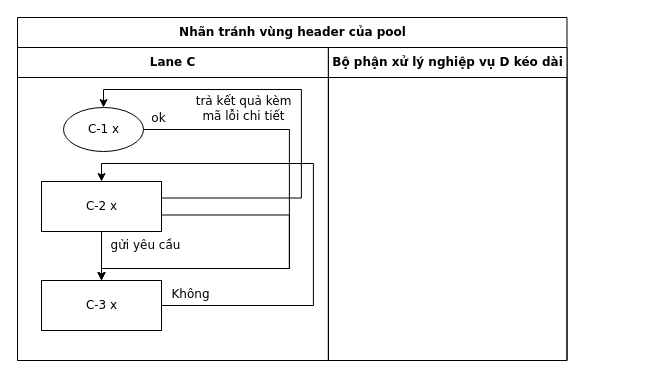
Before: conformance/golden/optimize/cases-57-label-header-box.drawio in luytbq/flowcast, a draw.io diagram. Source tidied: cells renumbered, new cells numbered last; positions are measured from the earlier drawing's top-left corner, leaving out a move shared by most shapes. Both pictures are drawn from the tidied source at 100%, with x=0, y=0 at pixel (17, 17).
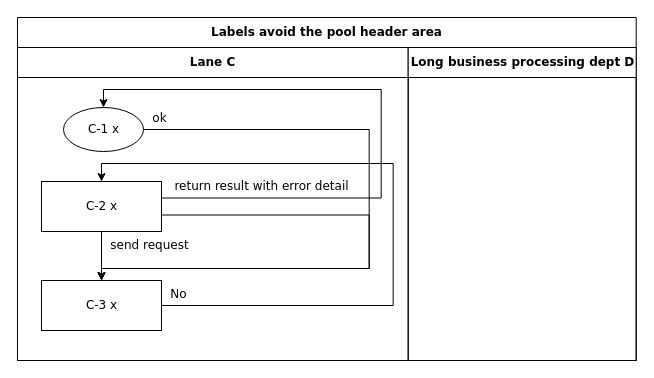
Above is the later version.

Unchanged cells that the change refers to:
```xml
<mxCell id="5" value="C-1 x" style="ellipse;html=1;fontFamily=Verdana;fontSize=12;flowtable=1;" parent="3" vertex="1">
  <mxGeometry x="46" y="60" width="80" height="44" as="geometry" />
</mxCell>
<mxCell id="6" value="C-2 x" style="rounded=0;html=1;fontFamily=Verdana;fontSize=12;flowtable=1;" parent="3" vertex="1">
  <mxGeometry x="24" y="134" width="120" height="50" as="geometry" />
</mxCell>
<mxCell id="7" value="C-3 x" style="rounded=0;html=1;fontFamily=Verdana;fontSize=12;flowtable=1;" parent="3" vertex="1">
  <mxGeometry x="24" y="233" width="120" height="50" as="geometry" />
</mxCell>
```

Diff of the diagram source:
```diff
@@
-    <mxCell id="2" value="Nhãn tránh vùng header của pool" style="swimlane;html=1;startSize=30;fontStyle=1;fontFamily=Verdana;fontSize=12;flowtable=1;" parent="1" vertex="1">
-      <mxGeometry width="549.5" height="343" as="geometry" />
+    <mxCell id="2" value="Labels avoid the pool header area" style="swimlane;html=1;startSize=30;fontStyle=1;fontFamily=Verdana;fontSize=12;flowtable=1;" parent="1" vertex="1">
+      <mxGeometry width="618.7" height="343" as="geometry" />
     </mxCell>
     <mxCell id="3" value="Lane C" style="swimlane;html=1;startSize=30;fontFamily=Verdana;fontSize=12;flowtable=1;" parent="2" vertex="1">
-      <mxGeometry y="30" width="310.9" height="313" as="geometry" />
+      <mxGeometry y="30" width="390.7" height="313" as="geometry" />
     </mxCell>
-    <mxCell id="4" value="Bộ phận xử lý nghiệp vụ D kéo dài" style="swimlane;html=1;startSize=30;fontFamily=Verdana;fontSize=12;flowtable=1;" parent="2" vertex="1">
-      <mxGeometry x="310.9" y="30" width="238.6" height="313" as="geometry" />
+    <mxCell id="4" value="Long business processing dept D" style="swimlane;html=1;startSize=30;fontFamily=Verdana;fontSize=12;flowtable=1;" parent="2" vertex="1">
+      <mxGeometry x="390.7" y="30" width="228" height="313" as="geometry" />
     </mxCell>
@@
     <mxCell id="8" value="ok" style="edgeStyle=orthogonalEdgeStyle;rounded=0;jettySize=auto;html=1;labelBackgroundColor=default;exitX=1;exitY=0.5;exitDx=0;exitDy=0;entryX=0.5;entryY=0;entryDx=0;entryDy=0;fontFamily=Verdana;fontSize=12;flowtable=1;" parent="2" edge="1" source="5" target="7">
-      <mxGeometry x="-0.94" relative="1" as="geometry">
+      <mxGeometry x="-0.95" relative="1" as="geometry">
         <Array as="points">
-          <mxPoint x="271.9" y="112" />
-          <mxPoint x="271.9" y="251" />
+          <mxPoint x="351.7" y="112" />
+          <mxPoint x="351.7" y="251" />
           <mxPoint x="84" y="251" />
         </Array>
         <mxPoint y="-11.5" as="offset" />
       </mxGeometry>
     </mxCell>
-    <mxCell id="9" value="gửi yêu cầu" style="edgeStyle=orthogonalEdgeStyle;rounded=0;jettySize=auto;html=1;labelBackgroundColor=default;exitX=0.5;exitY=1;exitDx=0;exitDy=0;entryX=0.5;entryY=0;entryDx=0;entryDy=0;fontFamily=Verdana;fontSize=12;flowtable=1;" parent="2" edge="1" source="6" target="7">
+    <mxCell id="9" value="send request" style="edgeStyle=orthogonalEdgeStyle;rounded=0;jettySize=auto;html=1;labelBackgroundColor=default;exitX=0.5;exitY=1;exitDx=0;exitDy=0;entryX=0.5;entryY=0;entryDx=0;entryDy=0;fontFamily=Verdana;fontSize=12;flowtable=1;" parent="2" edge="1" source="6" target="7">
       <mxGeometry x="-0.41" relative="1" as="geometry">
-        <mxPoint x="44" as="offset" />
+        <mxPoint x="48.1" as="offset" />
       </mxGeometry>
     </mxCell>
     <mxCell id="10" style="edgeStyle=orthogonalEdgeStyle;rounded=0;jettySize=auto;html=1;labelBackgroundColor=default;exitX=1;exitY=0.67;exitDx=0;exitDy=0;entryX=0.5;entryY=0;entryDx=0;entryDy=0;fontFamily=Verdana;fontSize=12;flowtable=1;" parent="2" edge="1" source="6" target="7">
       <mxGeometry relative="1" as="geometry">
         <Array as="points">
-          <mxPoint x="271.9" y="197.3" />
-          <mxPoint x="271.9" y="251" />
+          <mxPoint x="351.7" y="197.3" />
+          <mxPoint x="351.7" y="251" />
           <mxPoint x="84" y="251" />
         </Array>
       </mxGeometry>
     </mxCell>
-    <mxCell id="11" value="trả kết quả kèm&lt;br&gt;mã lỗi chi tiết" style="edgeStyle=orthogonalEdgeStyle;rounded=0;jettySize=auto;html=1;labelBackgroundColor=default;exitX=1;exitY=0.33;exitDx=0;exitDy=0;entryX=0.5;entryY=0;entryDx=0;entryDy=0;fontFamily=Verdana;fontSize=12;flowtable=1;" parent="2" edge="1" source="6" target="5">
-      <mxGeometry x="0.32" relative="1" as="geometry">
+    <mxCell id="11" value="return result with error detail" style="edgeStyle=orthogonalEdgeStyle;rounded=0;jettySize=auto;html=1;labelBackgroundColor=default;exitX=1;exitY=0.33;exitDx=0;exitDy=0;entryX=0.5;entryY=0;entryDx=0;entryDy=0;fontFamily=Verdana;fontSize=12;flowtable=1;" parent="2" edge="1" source="6" target="5">
+      <mxGeometry x="-0.68" relative="1" as="geometry">
         <Array as="points">
-          <mxPoint x="283.9" y="180.7" />
-          <mxPoint x="283.9" y="72" />
+          <mxPoint x="363.7" y="180.7" />
+          <mxPoint x="363.7" y="72" />
           <mxPoint x="86" y="72" />
         </Array>
-        <mxPoint y="19" as="offset" />
+        <mxPoint y="-11.5" as="offset" />
       </mxGeometry>
     </mxCell>
-    <mxCell id="12" value="Không" style="edgeStyle=orthogonalEdgeStyle;rounded=0;jettySize=auto;html=1;labelBackgroundColor=default;exitX=1;exitY=0.5;exitDx=0;exitDy=0;entryX=0.5;entryY=0;entryDx=0;entryDy=0;fontFamily=Verdana;fontSize=12;flowtable=1;" parent="2" edge="1" source="7" target="6">
-      <mxGeometry x="-0.89" relative="1" as="geometry">
+    <mxCell id="12" value="No" style="edgeStyle=orthogonalEdgeStyle;rounded=0;jettySize=auto;html=1;labelBackgroundColor=default;exitX=1;exitY=0.5;exitDx=0;exitDy=0;entryX=0.5;entryY=0;entryDx=0;entryDy=0;fontFamily=Verdana;fontSize=12;flowtable=1;" parent="2" edge="1" source="7" target="6">
+      <mxGeometry x="-0.95" relative="1" as="geometry">
         <Array as="points">
-          <mxPoint x="295.9" y="288" />
-          <mxPoint x="295.9" y="146" />
+          <mxPoint x="375.7" y="288" />
+          <mxPoint x="375.7" y="146" />
           <mxPoint x="84" y="146" />
         </Array>
         <mxPoint y="-11.5" as="offset" />
       </mxGeometry>
     </mxCell>
```
